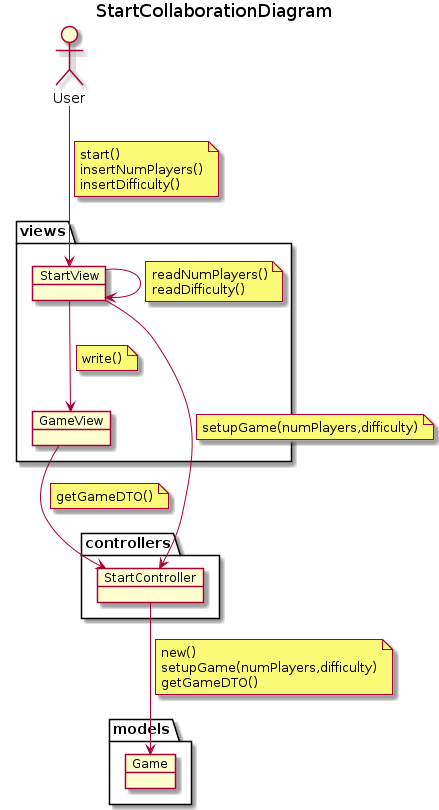
Above: docs/output/analysis/use-cases/StartCollaborationDiagram.png in Master-Desarrollo-20-21/patrones-diseno---practica-final---juego-de-las-damas-fraylopez (PlantUML), before the change.
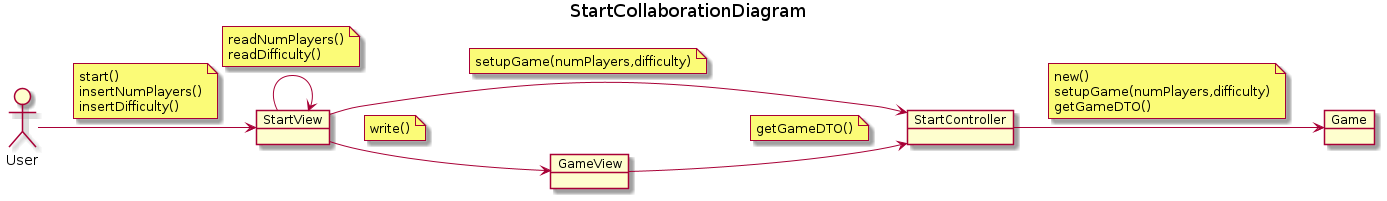
After the commit.

Diff of the diagram source:
```diff
@@ -1,38 +1,16 @@
 @startuml StartCollaborationDiagram
 title StartCollaborationDiagram
+left to right direction
+
 allow_mixing
 
 actor User
 
-package controllers  {
+object  StartController
+object Game
+object StartView
+object GameView
 
-    object  StartController{
-
-    }
-}
-
-
-package models  {
-
-    object Game{
-
-    }
-
-
-}
-
-
-package views {
-
-    object StartView{
-
-    }
-
-    object GameView{
-
-    }
-
-}
 
 User --> StartView
 note on link
```
